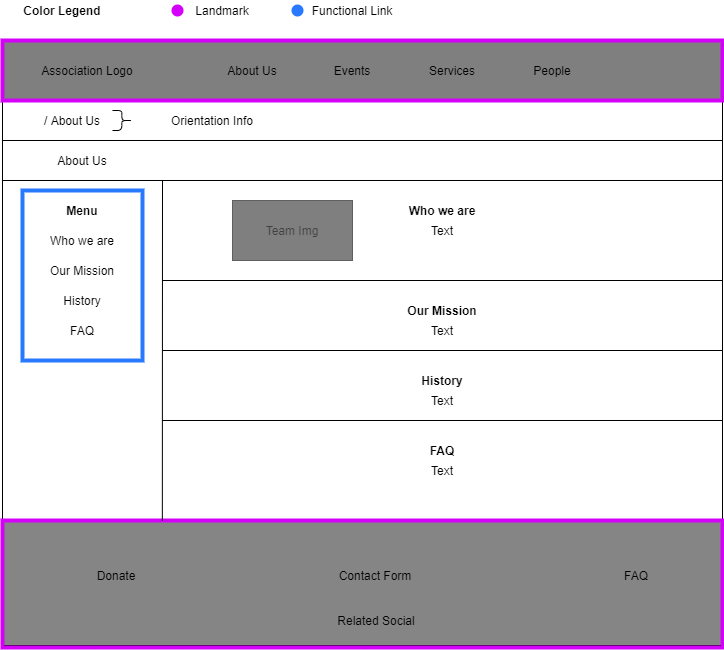
alepas/hypermidia-project keeps this draw.io diagram as Design-Document/assets/aboutus.png. Above is the earlier version. Source tidied: cells renumbered, new cells last; positions are measured from the earlier drawing's top-left corner, leaving out a move shared by most shapes.
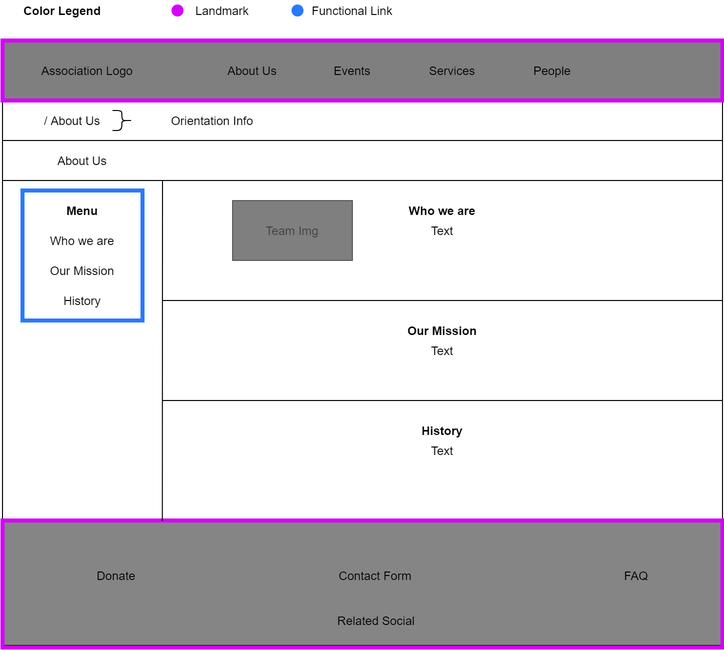
The same diagram one commit later.

Change to the diagram source:
```diff
@@ -2,6 +2,9 @@
   <root>
     <mxCell id="0" />
     <mxCell id="1" parent="0" />
+    <mxCell id="42" style="rounded=0;whiteSpace=wrap;html=1;fillColor=none;strokeColor=#2979FF;strokeWidth=4;" parent="1" vertex="1">
+      <mxGeometry x="20" y="190" width="120" height="130" as="geometry" />
+    </mxCell>
     <mxCell id="2" style="rounded=0;whiteSpace=wrap;html=1;fillColor=#000000;gradientColor=none;opacity=50;" parent="1" vertex="1">
       <mxGeometry y="40" width="720" height="60" as="geometry" />
     </mxCell>
@@ -91,42 +94,30 @@
     <mxCell id="27" value="&lt;span style=&quot;font-weight: normal&quot;&gt;History&lt;/span&gt;" style="text;html=1;strokeColor=none;fillColor=none;align=center;verticalAlign=middle;whiteSpace=wrap;rounded=0;fontColor=#000000;opacity=50;fontStyle=1;" parent="1" vertex="1">
       <mxGeometry y="290" width="160" height="20" as="geometry" />
     </mxCell>
-    <mxCell id="28" value="&lt;span style=&quot;font-weight: normal&quot;&gt;FAQ&lt;/span&gt;" style="text;html=1;strokeColor=none;fillColor=none;align=center;verticalAlign=middle;whiteSpace=wrap;rounded=0;fontColor=#000000;opacity=50;fontStyle=1;" parent="1" vertex="1">
-      <mxGeometry y="320" width="160" height="20" as="geometry" />
-    </mxCell>
     <mxCell id="29" value="Who we are" style="text;html=1;strokeColor=none;fillColor=none;align=center;verticalAlign=middle;whiteSpace=wrap;rounded=0;fontColor=#000000;opacity=50;fontStyle=1;" parent="1" vertex="1">
       <mxGeometry x="160" y="200" width="560" height="20" as="geometry" />
     </mxCell>
     <mxCell id="30" style="endArrow=none;html=1;fontColor=#FF5131;" parent="1" edge="1">
       <mxGeometry relative="1" as="geometry">
-        <mxPoint x="160" y="280" as="sourcePoint" />
-        <mxPoint x="720" y="280" as="targetPoint" />
+        <mxPoint x="160" y="300" as="sourcePoint" />
+        <mxPoint x="720" y="300" as="targetPoint" />
       </mxGeometry>
     </mxCell>
     <mxCell id="31" value="Team Img" style="rounded=0;whiteSpace=wrap;html=1;strokeColor=#000000;strokeWidth=1;fillColor=#000000;gradientColor=none;fontColor=#000000;textOpacity=50;opacity=50;" parent="1" vertex="1">
       <mxGeometry x="230" y="200" width="120" height="60" as="geometry" />
     </mxCell>
     <mxCell id="32" value="Our Mission" style="text;html=1;strokeColor=none;fillColor=none;align=center;verticalAlign=middle;whiteSpace=wrap;rounded=0;fontColor=#000000;opacity=50;fontStyle=1;" parent="1" vertex="1">
-      <mxGeometry x="160" y="300" width="560" height="20" as="geometry" />
+      <mxGeometry x="160" y="320" width="560" height="20" as="geometry" />
     </mxCell>
     <mxCell id="33" style="endArrow=none;html=1;fontColor=#FF5131;" parent="1" edge="1">
       <mxGeometry relative="1" as="geometry">
-        <mxPoint x="160" y="350" as="sourcePoint" />
-        <mxPoint x="720" y="350" as="targetPoint" />
+        <mxPoint x="160" y="400" as="sourcePoint" />
+        <mxPoint x="720" y="400" as="targetPoint" />
       </mxGeometry>
     </mxCell>
     <mxCell id="34" value="History" style="text;html=1;strokeColor=none;fillColor=none;align=center;verticalAlign=middle;whiteSpace=wrap;rounded=0;fontColor=#000000;opacity=50;fontStyle=1;" parent="1" vertex="1">
-      <mxGeometry x="160" y="370" width="560" height="20" as="geometry" />
+      <mxGeometry x="160" y="420" width="560" height="20" as="geometry" />
     </mxCell>
-    <mxCell id="35" style="endArrow=none;html=1;fontColor=#FF5131;" parent="1" edge="1">
-      <mxGeometry relative="1" as="geometry">
-        <mxPoint x="160" y="420" as="sourcePoint" />
-        <mxPoint x="720" y="420" as="targetPoint" />
-      </mxGeometry>
-    </mxCell>
-    <mxCell id="36" value="FAQ" style="text;html=1;strokeColor=none;fillColor=none;align=center;verticalAlign=middle;whiteSpace=wrap;rounded=0;fontColor=#000000;opacity=50;fontStyle=1;" parent="1" vertex="1">
-      <mxGeometry x="160" y="440" width="560" height="20" as="geometry" />
-    </mxCell>
     <mxCell id="37" value="&lt;span style=&quot;font-weight: normal&quot;&gt;&lt;font color=&quot;#000000&quot;&gt;&amp;nbsp; &amp;nbsp; &amp;nbsp; Functional Link&lt;/font&gt;&lt;/span&gt;" style="text;html=1;strokeColor=none;fillColor=none;align=center;verticalAlign=middle;whiteSpace=wrap;rounded=0;fontColor=#00C853;fontStyle=1;" parent="1" vertex="1">
       <mxGeometry x="280" width="120" height="20" as="geometry" />
     </mxCell>
@@ -142,20 +133,14 @@
     <mxCell id="41" style="ellipse;whiteSpace=wrap;html=1;strokeColor=#2979FF;strokeWidth=2;fillColor=#2979ff;gradientColor=none;fontColor=#000000;align=center;" parent="1" vertex="1">
       <mxGeometry x="290" y="5" width="10" height="10" as="geometry" />
     </mxCell>
-    <mxCell id="42" style="rounded=0;whiteSpace=wrap;html=1;fillColor=none;strokeColor=#2979FF;strokeWidth=4;" parent="1" vertex="1">
-      <mxGeometry x="20" y="190" width="120" height="170" as="geometry" />
-    </mxCell>
     <mxCell id="43" value="Text" style="text;html=1;strokeColor=none;fillColor=none;align=center;verticalAlign=middle;whiteSpace=wrap;rounded=0;fontColor=#000000;opacity=50;fontStyle=0;" parent="1" vertex="1">
       <mxGeometry x="160" y="220" width="560" height="20" as="geometry" />
     </mxCell>
     <mxCell id="44" value="Text" style="text;html=1;strokeColor=none;fillColor=none;align=center;verticalAlign=middle;whiteSpace=wrap;rounded=0;fontColor=#000000;opacity=50;fontStyle=0;" parent="1" vertex="1">
-      <mxGeometry x="160" y="320" width="560" height="20" as="geometry" />
+      <mxGeometry x="160" y="340" width="560" height="20" as="geometry" />
     </mxCell>
     <mxCell id="45" value="Text" style="text;html=1;strokeColor=none;fillColor=none;align=center;verticalAlign=middle;whiteSpace=wrap;rounded=0;fontColor=#000000;opacity=50;fontStyle=0;" parent="1" vertex="1">
-      <mxGeometry x="160" y="390" width="560" height="20" as="geometry" />
+      <mxGeometry x="160" y="440" width="560" height="20" as="geometry" />
     </mxCell>
-    <mxCell id="46" value="Text" style="text;html=1;strokeColor=none;fillColor=none;align=center;verticalAlign=middle;whiteSpace=wrap;rounded=0;fontColor=#000000;opacity=50;fontStyle=0;" parent="1" vertex="1">
-      <mxGeometry x="160" y="460" width="560" height="20" as="geometry" />
-    </mxCell>
   </root>
 </mxGraphModel>
```
